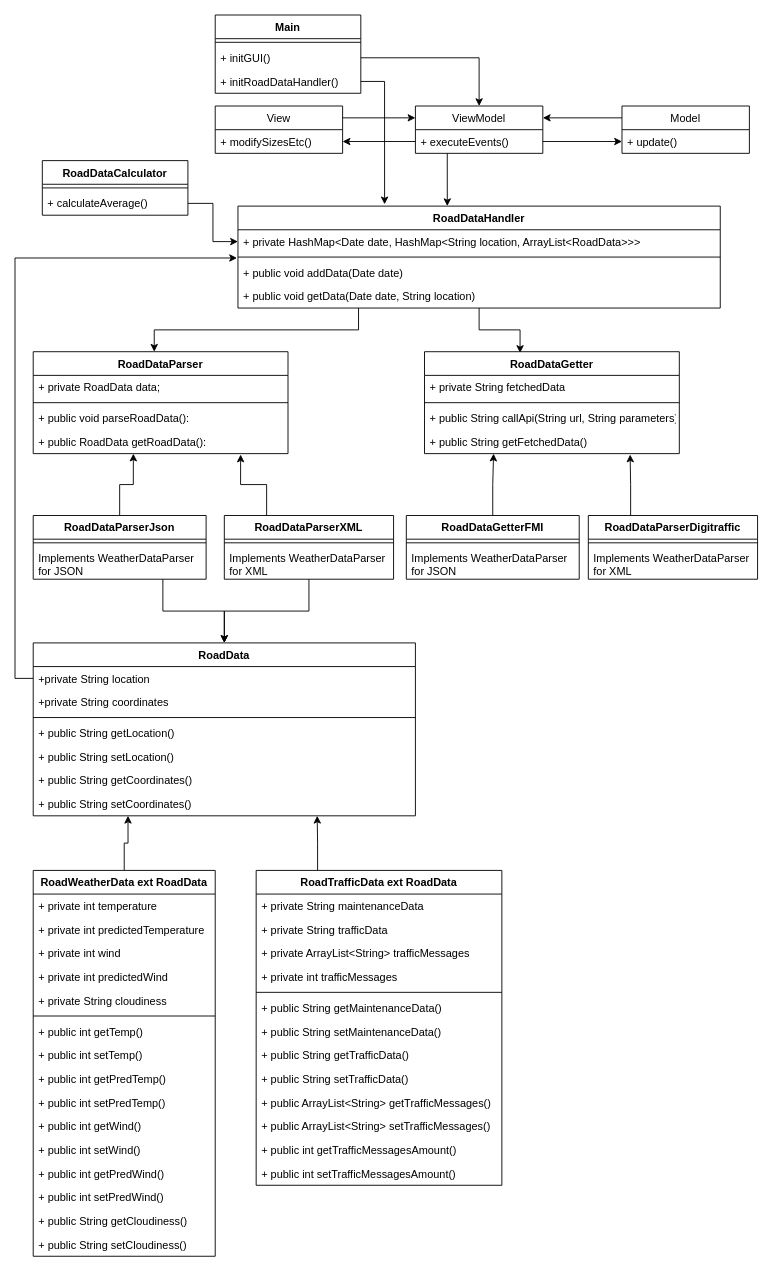
This is Documents/Software_Design_UML_1.1.drawio from aleksiIso-seppala/Software-Design-project, a draw.io file, before an edit. Source tidied: cells renumbered, new cells numbered last; positions are measured from the earlier drawing's top-left corner, leaving out a move shared by most shapes. Both pictures are drawn from the tidied source at 91%, with x=0, y=0 at pixel (33, 15).
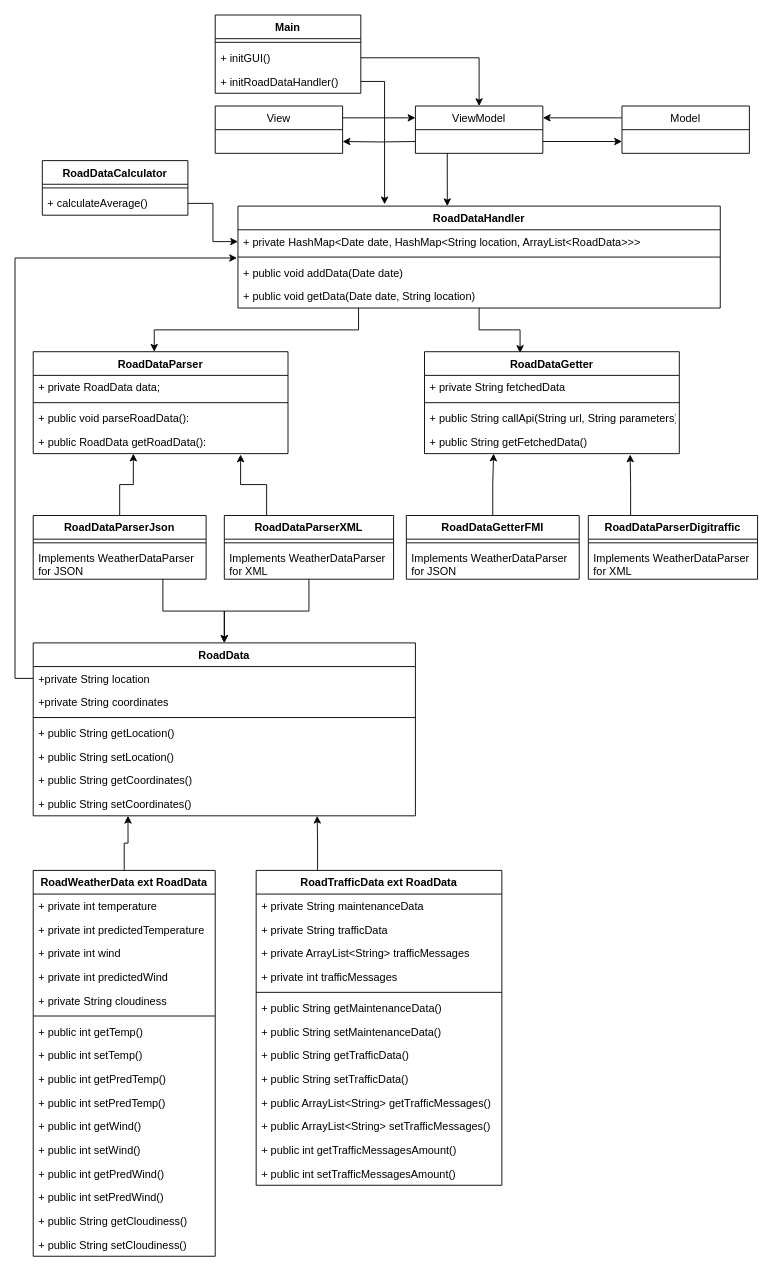
The same page after the edit.

Unchanged cells that the change refers to:
```xml
<mxCell id="66" value="ViewModel" style="swimlane;fontStyle=0;horizontal=1;startSize=26;fillColor=none;" parent="1" vertex="1">
  <mxGeometry x="420" y="100" width="140" height="52" as="geometry" />
</mxCell>
<mxCell id="69" value="View" style="swimlane;fontStyle=0;horizontal=1;startSize=26;fillColor=none;" parent="1" vertex="1">
  <mxGeometry x="200" y="100" width="140" height="52" as="geometry" />
</mxCell>
<mxCell id="72" value="Model" style="swimlane;fontStyle=0;horizontal=1;startSize=26;fillColor=none;" parent="1" vertex="1">
  <mxGeometry x="647" y="100" width="140" height="52" as="geometry" />
</mxCell>
```

Diff of the diagram source:
```diff
@@
-    <mxCell id="67" value="+ executeEvents()" style="text;strokeColor=none;fillColor=none;align=left;verticalAlign=top;spacingLeft=4;spacingRight=4;overflow=hidden;points=[[0,0.5],[1,0.5]];portConstraint=eastwest;" parent="66" vertex="1">
-      <mxGeometry y="26" width="140" height="26" as="geometry" />
-    </mxCell>
@@
-    <mxCell id="70" value="+ modifySizesEtc()" style="text;strokeColor=none;fillColor=none;align=left;verticalAlign=top;spacingLeft=4;spacingRight=4;overflow=hidden;" parent="69" vertex="1">
-      <mxGeometry y="26" width="140" height="26" as="geometry" />
-    </mxCell>
@@
-    <mxCell id="73" value="+ update()" style="text;strokeColor=none;fillColor=none;align=left;verticalAlign=top;spacingLeft=4;spacingRight=4;overflow=hidden;points=[[0,0.5],[1,0.5]];portConstraint=eastwest;" parent="72" vertex="1">
-      <mxGeometry y="26" width="140" height="26" as="geometry" />
-    </mxCell>
-    <mxCell id="74" style="edgeStyle=orthogonalEdgeStyle;rounded=0;jettySize=auto;html=1;exitX=0;exitY=0.5;exitDx=0;exitDy=0;entryX=1;entryY=0.75;entryDx=0;entryDy=0;" parent="1" edge="1" source="67" target="69">
-      <mxGeometry relative="1" as="geometry" />
+    <mxCell id="74" style="edgeStyle=orthogonalEdgeStyle;rounded=0;jettySize=auto;html=1;exitX=0;exitY=0.5;exitDx=0;exitDy=0;entryX=1;entryY=0.75;entryDx=0;entryDy=0;" parent="1" edge="1" target="69">
+      <mxGeometry relative="1" as="geometry">
+        <mxPoint x="420" y="139" as="sourcePoint" />
+      </mxGeometry>
     </mxCell>
-    <mxCell id="75" style="edgeStyle=orthogonalEdgeStyle;rounded=0;jettySize=auto;html=1;exitX=1;exitY=0.5;exitDx=0;exitDy=0;entryX=0;entryY=0.5;entryDx=0;entryDy=0;" parent="1" edge="1" source="67" target="73">
-      <mxGeometry relative="1" as="geometry" />
+    <mxCell id="75" style="edgeStyle=orthogonalEdgeStyle;rounded=0;orthogonalLoop=1;jettySize=auto;html=1;exitX=1;exitY=0.5;exitDx=0;exitDy=0;entryX=0;entryY=0.5;entryDx=0;entryDy=0;" parent="1" edge="1">
+      <mxGeometry relative="1" as="geometry">
+        <mxPoint x="560" y="139" as="sourcePoint" />
+        <mxPoint x="647" y="139" as="targetPoint" />
+      </mxGeometry>
     </mxCell>
```
